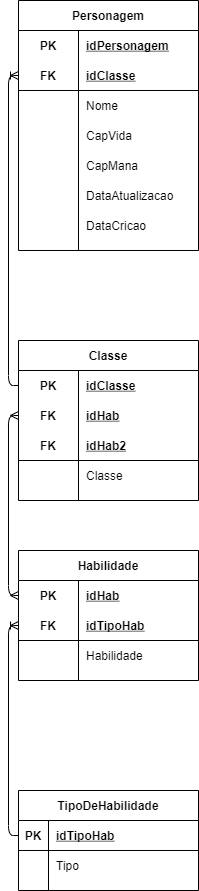
This is desafios/SENAI_HROADS_MANHA-logico.png from Pedro-B-Alves/senai_sprint1_bd, a draw.io export, as it was before one commit. Source tidied: cells renumbered, new cells last; positions are measured from the earlier drawing's top-left corner, leaving out a move shared by most shapes. Its diagram source:
```xml
<mxGraphModel>
  <root>
    <mxCell id="0" />
    <mxCell id="1" parent="0" />
    <mxCell id="2" value="TipoDeHabilidade" style="shape=table;startSize=30;rowLines=0;fontStyle=1;align=center;" parent="1" vertex="1">
      <mxGeometry y="790" width="180" height="100" as="geometry" />
    </mxCell>
    <mxCell id="3" style="shape=partialRectangle;fillColor=none;top=0;left=0;bottom=1;right=0;points=[[0,0.5],[1,0.5]];portConstraint=eastwest;" parent="2" vertex="1">
      <mxGeometry y="30" width="180" height="30" as="geometry" />
    </mxCell>
    <mxCell id="4" value="PK" style="shape=partialRectangle;fillColor=none;top=0;left=0;bottom=0;right=0;fontStyle=1;overflow=hidden;" parent="3" vertex="1">
      <mxGeometry width="30" height="30" as="geometry" />
    </mxCell>
    <mxCell id="5" value="idTipoHab" style="shape=partialRectangle;fillColor=none;top=0;left=0;bottom=0;right=0;align=left;spacingLeft=6;fontStyle=5;overflow=hidden;" parent="3" vertex="1">
      <mxGeometry x="30" width="150" height="30" as="geometry" />
    </mxCell>
    <mxCell id="6" style="shape=partialRectangle;fillColor=none;top=0;left=0;bottom=0;right=0;" parent="2" vertex="1">
      <mxGeometry y="60" width="180" height="30" as="geometry" />
    </mxCell>
    <mxCell id="7" style="shape=partialRectangle;fillColor=none;top=0;left=0;bottom=0;right=0;overflow=hidden;" parent="6" vertex="1">
      <mxGeometry width="30" height="30" as="geometry" />
    </mxCell>
    <mxCell id="8" value="Tipo" style="shape=partialRectangle;fillColor=none;top=0;left=0;bottom=0;right=0;align=left;spacingLeft=6;overflow=hidden;" parent="6" vertex="1">
      <mxGeometry x="30" width="150" height="30" as="geometry" />
    </mxCell>
    <mxCell id="9" value="Habilidade" style="shape=table;startSize=30;rowLines=0;fontStyle=1;align=center;" parent="1" vertex="1">
      <mxGeometry y="550" width="180" height="130" as="geometry" />
    </mxCell>
    <mxCell id="10" style="shape=partialRectangle;fillColor=none;top=0;left=0;bottom=0;right=0;points=[[0,0.5],[1,0.5]];portConstraint=eastwest;" parent="9" vertex="1">
      <mxGeometry y="30" width="180" height="30" as="geometry" />
    </mxCell>
    <mxCell id="11" value="PK" style="shape=partialRectangle;fillColor=none;top=0;left=0;bottom=0;right=0;fontStyle=1;overflow=hidden;" parent="10" vertex="1">
      <mxGeometry width="60" height="30" as="geometry" />
    </mxCell>
    <mxCell id="12" value="idHab" style="shape=partialRectangle;fillColor=none;top=0;left=0;bottom=0;right=0;align=left;spacingLeft=6;fontStyle=5;overflow=hidden;" parent="10" vertex="1">
      <mxGeometry x="60" width="120" height="30" as="geometry" />
    </mxCell>
    <mxCell id="13" style="shape=partialRectangle;fillColor=none;top=0;left=0;bottom=1;right=0;points=[[0,0.5],[1,0.5]];portConstraint=eastwest;" parent="9" vertex="1">
      <mxGeometry y="60" width="180" height="30" as="geometry" />
    </mxCell>
    <mxCell id="14" value="FK" style="shape=partialRectangle;fillColor=none;top=0;left=0;bottom=0;right=0;fontStyle=1;overflow=hidden;" parent="13" vertex="1">
      <mxGeometry width="60" height="30" as="geometry" />
    </mxCell>
    <mxCell id="15" value="idTipoHab" style="shape=partialRectangle;fillColor=none;top=0;left=0;bottom=0;right=0;align=left;spacingLeft=6;fontStyle=5;overflow=hidden;" parent="13" vertex="1">
      <mxGeometry x="60" width="120" height="30" as="geometry" />
    </mxCell>
    <mxCell id="16" style="shape=partialRectangle;fillColor=none;top=0;left=0;bottom=0;right=0;" parent="9" vertex="1">
      <mxGeometry y="90" width="180" height="30" as="geometry" />
    </mxCell>
    <mxCell id="17" style="shape=partialRectangle;fillColor=none;top=0;left=0;bottom=0;right=0;overflow=hidden;" parent="16" vertex="1">
      <mxGeometry width="60" height="30" as="geometry" />
    </mxCell>
    <mxCell id="18" value="Habilidade" style="shape=partialRectangle;fillColor=none;top=0;left=0;bottom=0;right=0;align=left;spacingLeft=6;overflow=hidden;" parent="16" vertex="1">
      <mxGeometry x="60" width="120" height="30" as="geometry" />
    </mxCell>
    <mxCell id="19" style="edgeStyle=orthogonalEdgeStyle;fontSize=12;html=1;endArrow=ERoneToMany;entryX=0;entryY=0.5;entryDx=0;entryDy=0;exitX=0;exitY=0.5;exitDx=0;exitDy=0;" parent="1" edge="1" source="3" target="13">
      <mxGeometry relative="1" as="geometry" />
    </mxCell>
    <mxCell id="20" value="Classe" style="shape=table;startSize=30;rowLines=0;fontStyle=1;align=center;" parent="1" vertex="1">
      <mxGeometry y="340" width="180" height="160" as="geometry" />
    </mxCell>
    <mxCell id="21" style="shape=partialRectangle;fillColor=none;top=0;left=0;bottom=0;right=0;points=[[0,0.5],[1,0.5]];portConstraint=eastwest;" parent="20" vertex="1">
      <mxGeometry y="30" width="180" height="30" as="geometry" />
    </mxCell>
    <mxCell id="22" value="PK" style="shape=partialRectangle;fillColor=none;top=0;left=0;bottom=0;right=0;fontStyle=1;overflow=hidden;" parent="21" vertex="1">
      <mxGeometry width="60" height="30" as="geometry" />
    </mxCell>
    <mxCell id="23" value="idClasse" style="shape=partialRectangle;fillColor=none;top=0;left=0;bottom=0;right=0;align=left;spacingLeft=6;fontStyle=5;overflow=hidden;" parent="21" vertex="1">
      <mxGeometry x="60" width="120" height="30" as="geometry" />
    </mxCell>
    <mxCell id="24" style="shape=partialRectangle;fillColor=none;top=0;left=0;bottom=0;right=0;points=[[0,0.5],[1,0.5]];portConstraint=eastwest;" parent="20" vertex="1">
      <mxGeometry y="60" width="180" height="30" as="geometry" />
    </mxCell>
    <mxCell id="25" value="FK" style="shape=partialRectangle;fillColor=none;top=0;left=0;bottom=0;right=0;fontStyle=1;overflow=hidden;" parent="24" vertex="1">
      <mxGeometry width="60" height="30" as="geometry" />
    </mxCell>
    <mxCell id="26" value="idHab" style="shape=partialRectangle;fillColor=none;top=0;left=0;bottom=0;right=0;align=left;spacingLeft=6;fontStyle=5;overflow=hidden;" parent="24" vertex="1">
      <mxGeometry x="60" width="120" height="30" as="geometry" />
    </mxCell>
    <mxCell id="27" style="shape=partialRectangle;fillColor=none;top=0;left=0;bottom=1;right=0;" parent="20" vertex="1">
      <mxGeometry y="90" width="180" height="30" as="geometry" />
    </mxCell>
    <mxCell id="28" value="FK" style="shape=partialRectangle;fillColor=none;top=0;left=0;bottom=0;right=0;fontStyle=1;overflow=hidden;" parent="27" vertex="1">
      <mxGeometry width="60" height="30" as="geometry" />
    </mxCell>
    <mxCell id="29" value="idHab2" style="shape=partialRectangle;fillColor=none;top=0;left=0;bottom=0;right=0;align=left;spacingLeft=6;fontStyle=5;overflow=hidden;" parent="27" vertex="1">
      <mxGeometry x="60" width="120" height="30" as="geometry" />
    </mxCell>
    <mxCell id="30" style="shape=partialRectangle;fillColor=none;top=0;left=0;bottom=0;right=0;" parent="20" vertex="1">
      <mxGeometry y="120" width="180" height="30" as="geometry" />
    </mxCell>
    <mxCell id="31" style="shape=partialRectangle;fillColor=none;top=0;left=0;bottom=0;right=0;overflow=hidden;" parent="30" vertex="1">
      <mxGeometry width="60" height="30" as="geometry" />
    </mxCell>
    <mxCell id="32" value="Classe" style="shape=partialRectangle;fillColor=none;top=0;left=0;bottom=0;right=0;align=left;spacingLeft=6;overflow=hidden;" parent="30" vertex="1">
      <mxGeometry x="60" width="120" height="30" as="geometry" />
    </mxCell>
    <mxCell id="33" style="edgeStyle=orthogonalEdgeStyle;fontSize=12;html=1;endArrow=ERmany;startArrow=ERmany;entryX=0;entryY=0.5;entryDx=0;entryDy=0;exitX=0;exitY=0.5;exitDx=0;exitDy=0;" parent="1" edge="1" source="10" target="24">
      <mxGeometry relative="1" as="geometry" />
    </mxCell>
    <mxCell id="34" value="Personagem" style="shape=table;startSize=30;rowLines=0;fontStyle=1;align=center;" parent="1" vertex="1">
      <mxGeometry width="180" height="250" as="geometry" />
    </mxCell>
    <mxCell id="35" style="shape=partialRectangle;fillColor=none;top=0;left=0;bottom=0;right=0;" parent="34" vertex="1">
      <mxGeometry y="30" width="180" height="30" as="geometry" />
    </mxCell>
    <mxCell id="36" value="PK" style="shape=partialRectangle;fillColor=none;top=0;left=0;bottom=0;right=0;fontStyle=1;overflow=hidden;" parent="35" vertex="1">
      <mxGeometry width="60" height="30" as="geometry" />
    </mxCell>
    <mxCell id="37" value="idPersonagem" style="shape=partialRectangle;fillColor=none;top=0;left=0;bottom=0;right=0;align=left;spacingLeft=6;fontStyle=5;overflow=hidden;" parent="35" vertex="1">
      <mxGeometry x="60" width="120" height="30" as="geometry" />
    </mxCell>
    <mxCell id="38" style="shape=partialRectangle;fillColor=none;top=0;left=0;bottom=1;right=0;points=[[0,0.5],[1,0.5]];portConstraint=eastwest;" parent="34" vertex="1">
      <mxGeometry y="60" width="180" height="30" as="geometry" />
    </mxCell>
    <mxCell id="39" value="FK" style="shape=partialRectangle;fillColor=none;top=0;left=0;bottom=0;right=0;fontStyle=1;overflow=hidden;" parent="38" vertex="1">
      <mxGeometry width="60" height="30" as="geometry" />
    </mxCell>
    <mxCell id="40" value="idClasse" style="shape=partialRectangle;fillColor=none;top=0;left=0;bottom=0;right=0;align=left;spacingLeft=6;fontStyle=5;overflow=hidden;" parent="38" vertex="1">
      <mxGeometry x="60" width="120" height="30" as="geometry" />
    </mxCell>
    <mxCell id="41" style="shape=partialRectangle;fillColor=none;top=0;left=0;bottom=0;right=0;" parent="34" vertex="1">
      <mxGeometry y="90" width="180" height="30" as="geometry" />
    </mxCell>
    <mxCell id="42" style="shape=partialRectangle;fillColor=none;top=0;left=0;bottom=0;right=0;overflow=hidden;" parent="41" vertex="1">
      <mxGeometry width="60" height="30" as="geometry" />
    </mxCell>
    <mxCell id="43" value="Nome" style="shape=partialRectangle;fillColor=none;top=0;left=0;bottom=0;right=0;align=left;spacingLeft=6;overflow=hidden;" parent="41" vertex="1">
      <mxGeometry x="60" width="120" height="30" as="geometry" />
    </mxCell>
    <mxCell id="44" style="shape=partialRectangle;fillColor=none;top=0;left=0;bottom=0;right=0;" parent="34" vertex="1">
      <mxGeometry y="120" width="180" height="30" as="geometry" />
    </mxCell>
    <mxCell id="45" style="shape=partialRectangle;fillColor=none;top=0;left=0;bottom=0;right=0;overflow=hidden;" parent="44" vertex="1">
      <mxGeometry width="60" height="30" as="geometry" />
    </mxCell>
    <mxCell id="46" value="CapVida" style="shape=partialRectangle;fillColor=none;top=0;left=0;bottom=0;right=0;align=left;spacingLeft=6;overflow=hidden;" parent="44" vertex="1">
      <mxGeometry x="60" width="120" height="30" as="geometry" />
    </mxCell>
    <mxCell id="47" style="shape=partialRectangle;fillColor=none;top=0;left=0;bottom=0;right=0;" parent="34" vertex="1">
      <mxGeometry y="150" width="180" height="30" as="geometry" />
    </mxCell>
    <mxCell id="48" style="shape=partialRectangle;fillColor=none;top=0;left=0;bottom=0;right=0;overflow=hidden;" parent="47" vertex="1">
      <mxGeometry width="60" height="30" as="geometry" />
    </mxCell>
    <mxCell id="49" value="CapMana" style="shape=partialRectangle;fillColor=none;top=0;left=0;bottom=0;right=0;align=left;spacingLeft=6;overflow=hidden;" parent="47" vertex="1">
      <mxGeometry x="60" width="120" height="30" as="geometry" />
    </mxCell>
    <mxCell id="50" style="shape=partialRectangle;fillColor=none;top=0;left=0;bottom=0;right=0;" parent="34" vertex="1">
      <mxGeometry y="180" width="180" height="30" as="geometry" />
    </mxCell>
    <mxCell id="51" style="shape=partialRectangle;fillColor=none;top=0;left=0;bottom=0;right=0;overflow=hidden;" parent="50" vertex="1">
      <mxGeometry width="60" height="30" as="geometry" />
    </mxCell>
    <mxCell id="52" value="DataAtualizacao" style="shape=partialRectangle;fillColor=none;top=0;left=0;bottom=0;right=0;align=left;spacingLeft=6;overflow=hidden;" parent="50" vertex="1">
      <mxGeometry x="60" width="120" height="30" as="geometry" />
    </mxCell>
    <mxCell id="53" style="shape=partialRectangle;fillColor=none;top=0;left=0;bottom=0;right=0;" parent="34" vertex="1">
      <mxGeometry y="210" width="180" height="30" as="geometry" />
    </mxCell>
    <mxCell id="54" style="shape=partialRectangle;fillColor=none;top=0;left=0;bottom=0;right=0;overflow=hidden;" parent="53" vertex="1">
      <mxGeometry width="60" height="30" as="geometry" />
    </mxCell>
    <mxCell id="55" value="DataCricao" style="shape=partialRectangle;fillColor=none;top=0;left=0;bottom=0;right=0;align=left;spacingLeft=6;overflow=hidden;" parent="53" vertex="1">
      <mxGeometry x="60" width="120" height="30" as="geometry" />
    </mxCell>
    <mxCell id="56" style="edgeStyle=orthogonalEdgeStyle;fontSize=12;html=1;endArrow=ERoneToMany;entryX=0;entryY=0.5;entryDx=0;entryDy=0;exitX=0;exitY=0.5;exitDx=0;exitDy=0;" parent="1" edge="1" source="21" target="38">
      <mxGeometry relative="1" as="geometry" />
    </mxCell>
  </root>
</mxGraphModel>
```
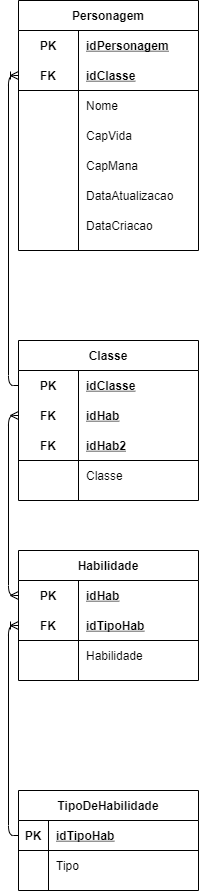
Above is the later version.

What changed in the source:
```diff
@@ -161,7 +161,7 @@
     <mxCell id="54" style="shape=partialRectangle;fillColor=none;top=0;left=0;bottom=0;right=0;overflow=hidden;" parent="53" vertex="1">
       <mxGeometry width="60" height="30" as="geometry" />
     </mxCell>
-    <mxCell id="55" value="DataCricao" style="shape=partialRectangle;fillColor=none;top=0;left=0;bottom=0;right=0;align=left;spacingLeft=6;overflow=hidden;" parent="53" vertex="1">
+    <mxCell id="55" value="DataCriacao" style="shape=partialRectangle;fillColor=none;top=0;left=0;bottom=0;right=0;align=left;spacingLeft=6;overflow=hidden;" parent="53" vertex="1">
       <mxGeometry x="60" width="120" height="30" as="geometry" />
     </mxCell>
     <mxCell id="56" style="edgeStyle=orthogonalEdgeStyle;fontSize=12;html=1;endArrow=ERoneToMany;entryX=0;entryY=0.5;entryDx=0;entryDy=0;exitX=0;exitY=0.5;exitDx=0;exitDy=0;" parent="1" edge="1" source="21" target="38">
```
